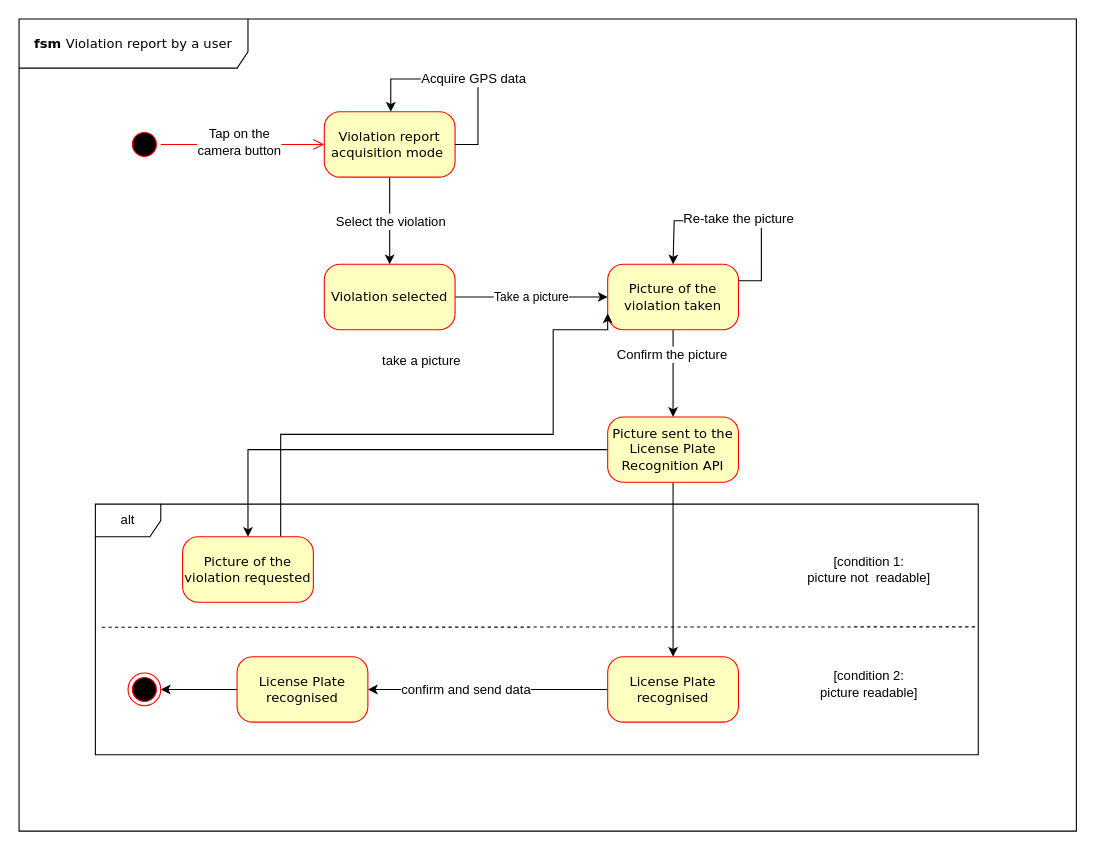
ste7en/Software-Engineering-2-project-PoliMi keeps this draw.io diagram as RASD/Helper/StateChart_InviaViolazione.drawio. Above is the earlier version. Source tidied: cells renumbered, new cells numbered last; positions are measured from the earlier drawing's top-left corner, leaving out a move shared by most shapes. Both pictures are drawn from the tidied source at 109%, with x=0, y=0 at pixel (19, 19).
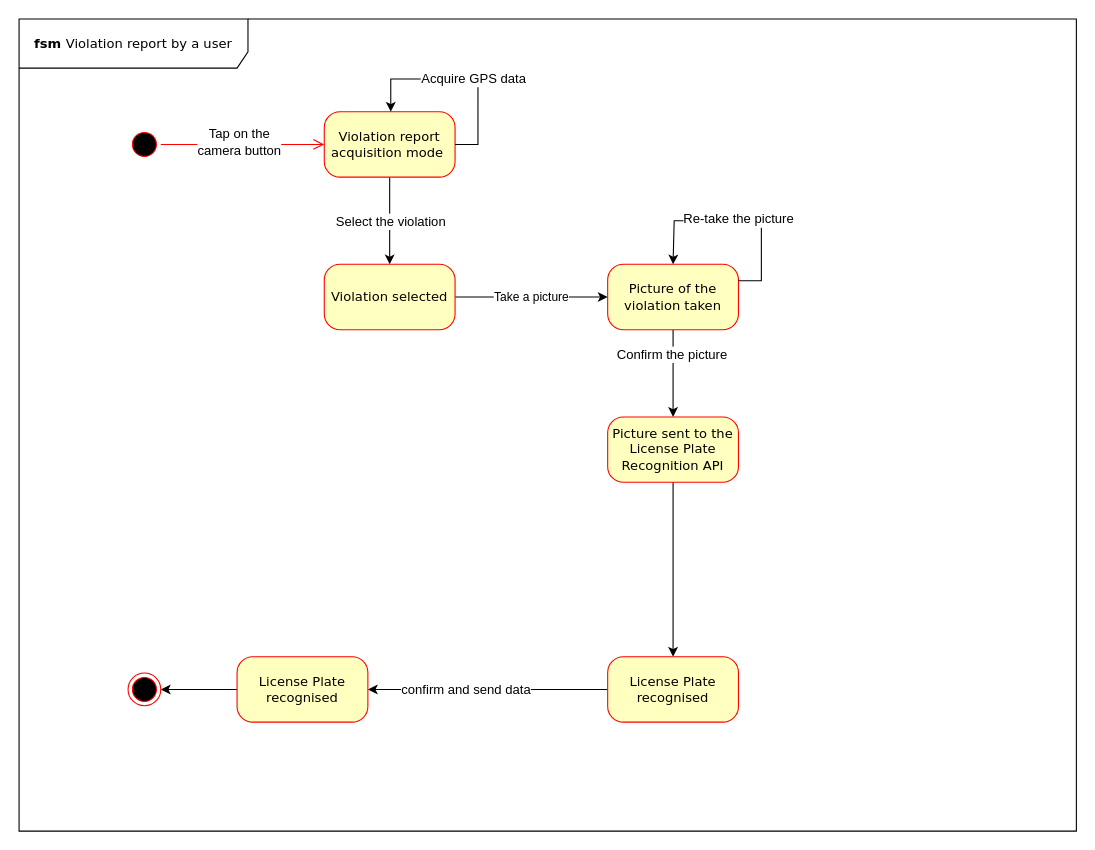
The same diagram, later.

Commit message:
Update StateChart_InviaViolazione.drawio without alt

Unchanged cells that the change refers to:
```xml
<mxCell id="12" value="Picture of the violation taken" style="rounded=1;whiteSpace=wrap;html=1;arcSize=24;fillColor=#ffffc0;strokeColor=#ff0000;shadow=0;comic=0;labelBackgroundColor=none;fontFamily=Verdana;fontSize=12;fontColor=#000000;align=center;" parent="1" vertex="1">
  <mxGeometry x="540" y="225" width="120" height="60" as="geometry" />
</mxCell>
<mxCell id="15" value="Picture sent to the License Plate Recognition API" style="rounded=1;whiteSpace=wrap;html=1;arcSize=24;fillColor=#ffffc0;strokeColor=#ff0000;shadow=0;comic=0;labelBackgroundColor=none;fontFamily=Verdana;fontSize=12;fontColor=#000000;align=center;" parent="1" vertex="1">
  <mxGeometry x="540" y="365" width="120" height="60" as="geometry" />
</mxCell>
```

Change to the diagram source:
```diff
@@
-    <mxCell id="2" value="alt" style="shape=umlFrame;whiteSpace=wrap;html=1;" parent="1" vertex="1">
-      <mxGeometry x="70" y="445" width="810" height="230" as="geometry" />
-    </mxCell>
@@
-    <mxCell id="13" style="edgeStyle=orthogonalEdgeStyle;rounded=0;jettySize=auto;html=1;" parent="1" edge="1" source="15" target="23">
-      <mxGeometry relative="1" as="geometry" />
-    </mxCell>
@@
-    <mxCell id="21" style="edgeStyle=orthogonalEdgeStyle;rounded=0;jettySize=auto;html=1;exitX=0.75;exitY=0;exitDx=0;exitDy=0;entryX=0;entryY=0.75;entryDx=0;entryDy=0;" parent="1" edge="1" source="23" target="12">
-      <mxGeometry relative="1" as="geometry">
-        <Array as="points">
-          <mxPoint x="241" y="381" />
-          <mxPoint x="490" y="381" />
-          <mxPoint x="490" y="285" />
-          <mxPoint x="541" y="285" />
-        </Array>
-      </mxGeometry>
-    </mxCell>
-    <mxCell id="22" value="take a picture" style="text;html=1;align=center;verticalAlign=middle;labelBackgroundColor=#ffffff;" parent="21" vertex="1">
-      <mxGeometry x="-0.63" y="-64" relative="1" as="geometry">
-        <mxPoint x="64" y="-69" as="offset" />
-      </mxGeometry>
-    </mxCell>
-    <mxCell id="23" value="Picture of the violation requested" style="rounded=1;whiteSpace=wrap;html=1;arcSize=24;fillColor=#ffffc0;strokeColor=#ff0000;shadow=0;comic=0;labelBackgroundColor=none;fontFamily=Verdana;fontSize=12;fontColor=#000000;align=center;" parent="1" vertex="1">
-      <mxGeometry x="150" y="475" width="120" height="60" as="geometry" />
-    </mxCell>
@@
-    <mxCell id="30" style="endArrow=none;dashed=1;html=1;entryX=1.002;entryY=0.172;entryDx=0;entryDy=0;entryPerimeter=0;" parent="1" edge="1">
-      <mxGeometry relative="1" as="geometry">
-        <mxPoint x="76" y="558" as="sourcePoint" />
-        <mxPoint x="877.6" y="557.6" as="targetPoint" />
-      </mxGeometry>
-    </mxCell>
-    <mxCell id="31" value="[condition 1: &lt;br&gt;picture not &amp;nbsp;readable]" style="text;html=1;strokeColor=none;fillColor=none;align=center;verticalAlign=middle;whiteSpace=wrap;rounded=0;" parent="1" vertex="1">
-      <mxGeometry x="710" y="480" width="140" height="50" as="geometry" />
-    </mxCell>
-    <mxCell id="32" value="[condition 2: &lt;br&gt;picture readable]" style="text;html=1;strokeColor=none;fillColor=none;align=center;verticalAlign=middle;whiteSpace=wrap;rounded=0;" parent="1" vertex="1">
-      <mxGeometry x="710" y="585" width="140" height="50" as="geometry" />
-    </mxCell>
```
